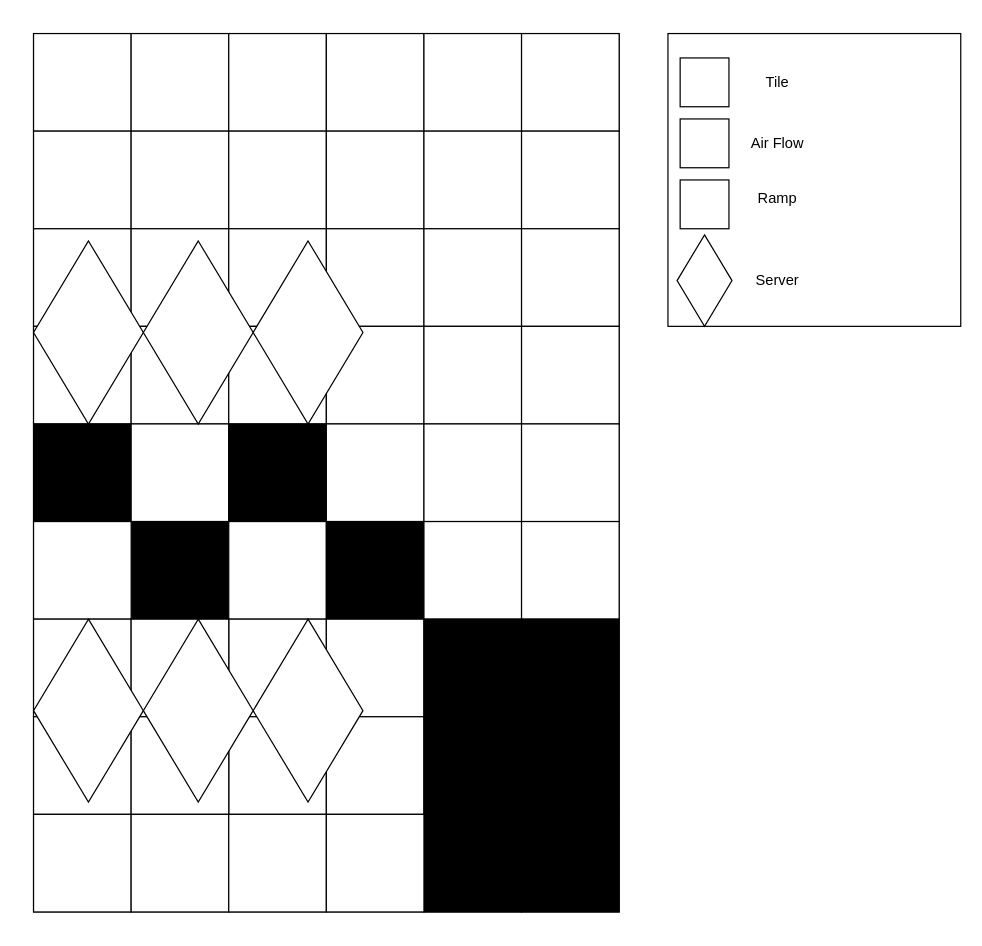
zrsolis/01datahall keeps this draw.io diagram as datahall.drawio. Above is the earlier version. Source tidied: cells renumbered, new cells numbered last; positions are measured from the earlier drawing's top-left corner, leaving out a move shared by most shapes. Both pictures are drawn from the tidied source at 122%, with x=0, y=0 at pixel (33, 33).
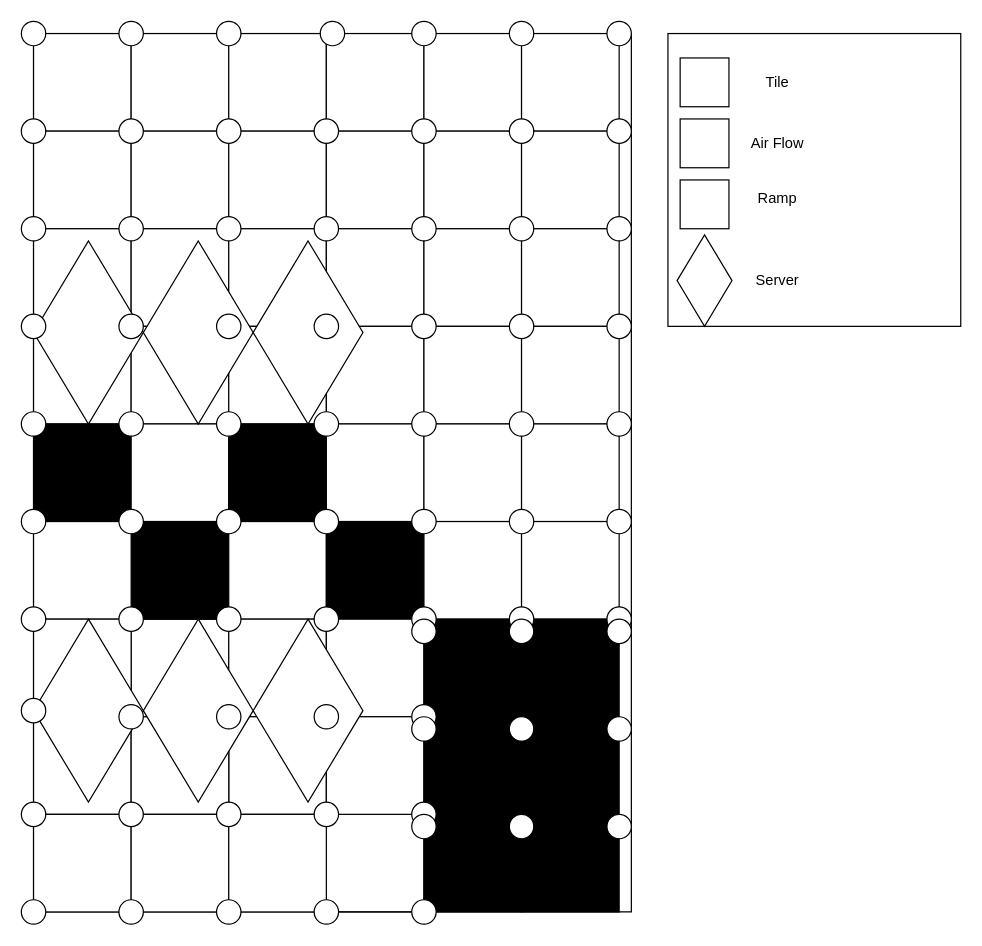
Above is the later version.

The edit, as a diff of the source:
```diff
@@
+    <mxCell id="60" style="whiteSpace=wrap;html=1;fillColor=light-dark(#FFFFFF,#808080);" parent="1" vertex="1">
+      <mxGeometry x="240" y="640" width="80" height="80" as="geometry" />
+    </mxCell>
+    <mxCell id="54" style="whiteSpace=wrap;html=1;fillColor=light-dark(#FFFFFF,#808080);" parent="1" vertex="1">
+      <mxGeometry x="80" y="480" width="80" height="80" as="geometry" />
+    </mxCell>
     <mxCell id="2" style="swimlane;startSize=0;" parent="1" vertex="1">
-      <mxGeometry width="480" height="720" as="geometry" />
+      <mxGeometry width="490" height="720" as="geometry" />
     </mxCell>
@@
+    <mxCell id="72" style="ellipse;whiteSpace=wrap;html=1;fillColor=light-dark(#FFFFFF,#FF0000);" parent="2" vertex="1">
+      <mxGeometry x="470" y="-10" width="20" height="20" as="geometry" />
+    </mxCell>
+    <mxCell id="73" style="ellipse;whiteSpace=wrap;html=1;fillColor=light-dark(#FFFFFF,#FF0000);" parent="2" vertex="1">
+      <mxGeometry x="470" y="70" width="20" height="20" as="geometry" />
+    </mxCell>
+    <mxCell id="74" style="ellipse;whiteSpace=wrap;html=1;fillColor=light-dark(#FFFFFF,#FF0000);" parent="2" vertex="1">
+      <mxGeometry x="390" y="-10" width="20" height="20" as="geometry" />
+    </mxCell>
+    <mxCell id="75" style="ellipse;whiteSpace=wrap;html=1;fillColor=light-dark(#FFFFFF,#FF0000);" parent="2" vertex="1">
+      <mxGeometry x="390" y="70" width="20" height="20" as="geometry" />
+    </mxCell>
+    <mxCell id="76" style="ellipse;whiteSpace=wrap;html=1;fillColor=light-dark(#FFFFFF,#FF0000);" parent="2" vertex="1">
+      <mxGeometry x="310" y="-10" width="20" height="20" as="geometry" />
+    </mxCell>
+    <mxCell id="77" style="ellipse;whiteSpace=wrap;html=1;fillColor=light-dark(#FFFFFF,#FF0000);" parent="2" vertex="1">
+      <mxGeometry x="310" y="70" width="20" height="20" as="geometry" />
+    </mxCell>
+    <mxCell id="78" style="ellipse;whiteSpace=wrap;html=1;fillColor=light-dark(#FFFFFF,#FF0000);" parent="2" vertex="1">
+      <mxGeometry x="235" y="-10" width="20" height="20" as="geometry" />
+    </mxCell>
+    <mxCell id="79" style="ellipse;whiteSpace=wrap;html=1;fillColor=light-dark(#FFFFFF,#FF0000);" parent="2" vertex="1">
+      <mxGeometry x="230" y="70" width="20" height="20" as="geometry" />
+    </mxCell>
+    <mxCell id="80" style="ellipse;whiteSpace=wrap;html=1;fillColor=light-dark(#FFFFFF,#FF0000);" parent="2" vertex="1">
+      <mxGeometry x="150" y="-10" width="20" height="20" as="geometry" />
+    </mxCell>
+    <mxCell id="81" style="ellipse;whiteSpace=wrap;html=1;fillColor=light-dark(#FFFFFF,#FF0000);" parent="2" vertex="1">
+      <mxGeometry x="150" y="70" width="20" height="20" as="geometry" />
+    </mxCell>
+    <mxCell id="82" style="ellipse;whiteSpace=wrap;html=1;fillColor=light-dark(#FFFFFF,#FF0000);" parent="2" vertex="1">
+      <mxGeometry x="70" y="-10" width="20" height="20" as="geometry" />
+    </mxCell>
+    <mxCell id="83" style="ellipse;whiteSpace=wrap;html=1;fillColor=light-dark(#FFFFFF,#FF0000);" parent="2" vertex="1">
+      <mxGeometry x="70" y="70" width="20" height="20" as="geometry" />
+    </mxCell>
+    <mxCell id="84" style="ellipse;whiteSpace=wrap;html=1;fillColor=light-dark(#FFFFFF,#FF0000);" parent="2" vertex="1">
+      <mxGeometry x="470" y="150" width="20" height="20" as="geometry" />
+    </mxCell>
+    <mxCell id="85" style="ellipse;whiteSpace=wrap;html=1;fillColor=light-dark(#FFFFFF,#FF0000);" parent="2" vertex="1">
+      <mxGeometry x="390" y="150" width="20" height="20" as="geometry" />
+    </mxCell>
+    <mxCell id="86" style="ellipse;whiteSpace=wrap;html=1;fillColor=light-dark(#FFFFFF,#FF0000);" parent="2" vertex="1">
+      <mxGeometry x="310" y="150" width="20" height="20" as="geometry" />
+    </mxCell>
+    <mxCell id="87" style="ellipse;whiteSpace=wrap;html=1;fillColor=light-dark(#FFFFFF,#FF0000);" parent="2" vertex="1">
+      <mxGeometry x="230" y="150" width="20" height="20" as="geometry" />
+    </mxCell>
+    <mxCell id="88" style="ellipse;whiteSpace=wrap;html=1;fillColor=light-dark(#FFFFFF,#FF0000);" parent="2" vertex="1">
+      <mxGeometry x="150" y="150" width="20" height="20" as="geometry" />
+    </mxCell>
+    <mxCell id="89" style="ellipse;whiteSpace=wrap;html=1;fillColor=light-dark(#FFFFFF,#FF0000);" parent="2" vertex="1">
+      <mxGeometry x="70" y="150" width="20" height="20" as="geometry" />
+    </mxCell>
+    <mxCell id="90" style="ellipse;whiteSpace=wrap;html=1;fillColor=light-dark(#FFFFFF,#FF0000);" parent="2" vertex="1">
+      <mxGeometry x="-10" y="150" width="20" height="20" as="geometry" />
+    </mxCell>
+    <mxCell id="91" style="ellipse;whiteSpace=wrap;html=1;fillColor=light-dark(#FFFFFF,#FF0000);" parent="2" vertex="1">
+      <mxGeometry x="470" y="230" width="20" height="20" as="geometry" />
+    </mxCell>
+    <mxCell id="92" style="ellipse;whiteSpace=wrap;html=1;fillColor=light-dark(#FFFFFF,#FF0000);" parent="2" vertex="1">
+      <mxGeometry x="390" y="230" width="20" height="20" as="geometry" />
+    </mxCell>
+    <mxCell id="93" style="ellipse;whiteSpace=wrap;html=1;fillColor=light-dark(#FFFFFF,#FF0000);" parent="2" vertex="1">
+      <mxGeometry x="310" y="230" width="20" height="20" as="geometry" />
+    </mxCell>
+    <mxCell id="94" style="ellipse;whiteSpace=wrap;html=1;fillColor=light-dark(#FFFFFF,#FF0000);" parent="2" vertex="1">
+      <mxGeometry x="230" y="230" width="20" height="20" as="geometry" />
+    </mxCell>
+    <mxCell id="95" style="ellipse;whiteSpace=wrap;html=1;fillColor=light-dark(#FFFFFF,#FF0000);" parent="2" vertex="1">
+      <mxGeometry x="150" y="230" width="20" height="20" as="geometry" />
+    </mxCell>
+    <mxCell id="96" style="ellipse;whiteSpace=wrap;html=1;fillColor=light-dark(#FFFFFF,#FF0000);" parent="2" vertex="1">
+      <mxGeometry x="70" y="230" width="20" height="20" as="geometry" />
+    </mxCell>
+    <mxCell id="97" style="ellipse;whiteSpace=wrap;html=1;fillColor=light-dark(#FFFFFF,#FF0000);" parent="2" vertex="1">
+      <mxGeometry x="70" y="310" width="20" height="20" as="geometry" />
+    </mxCell>
+    <mxCell id="98" style="ellipse;whiteSpace=wrap;html=1;fillColor=light-dark(#FFFFFF,#FF0000);" parent="2" vertex="1">
+      <mxGeometry x="150" y="310" width="20" height="20" as="geometry" />
+    </mxCell>
+    <mxCell id="99" style="ellipse;whiteSpace=wrap;html=1;fillColor=light-dark(#FFFFFF,#FF0000);" parent="2" vertex="1">
+      <mxGeometry x="230" y="310" width="20" height="20" as="geometry" />
+    </mxCell>
+    <mxCell id="100" style="ellipse;whiteSpace=wrap;html=1;fillColor=light-dark(#FFFFFF,#FF0000);" parent="2" vertex="1">
+      <mxGeometry x="310" y="310" width="20" height="20" as="geometry" />
+    </mxCell>
+    <mxCell id="101" style="ellipse;whiteSpace=wrap;html=1;fillColor=light-dark(#FFFFFF,#FF0000);" parent="2" vertex="1">
+      <mxGeometry x="390" y="310" width="20" height="20" as="geometry" />
+    </mxCell>
+    <mxCell id="102" style="ellipse;whiteSpace=wrap;html=1;fillColor=light-dark(#FFFFFF,#FF0000);" parent="2" vertex="1">
+      <mxGeometry x="470" y="310" width="20" height="20" as="geometry" />
+    </mxCell>
+    <mxCell id="103" style="ellipse;whiteSpace=wrap;html=1;fillColor=light-dark(#FFFFFF,#FF0000);" parent="2" vertex="1">
+      <mxGeometry x="470" y="390" width="20" height="20" as="geometry" />
+    </mxCell>
+    <mxCell id="104" style="ellipse;whiteSpace=wrap;html=1;fillColor=light-dark(#FFFFFF,#FF0000);" parent="2" vertex="1">
+      <mxGeometry x="390" y="390" width="20" height="20" as="geometry" />
+    </mxCell>
+    <mxCell id="105" style="ellipse;whiteSpace=wrap;html=1;fillColor=light-dark(#FFFFFF,#FF0000);" parent="2" vertex="1">
+      <mxGeometry x="310" y="390" width="20" height="20" as="geometry" />
+    </mxCell>
+    <mxCell id="106" style="ellipse;whiteSpace=wrap;html=1;fillColor=light-dark(#FFFFFF,#FF0000);" parent="2" vertex="1">
+      <mxGeometry x="230" y="390" width="20" height="20" as="geometry" />
+    </mxCell>
+    <mxCell id="107" style="ellipse;whiteSpace=wrap;html=1;fillColor=light-dark(#FFFFFF,#FF0000);" parent="2" vertex="1">
+      <mxGeometry x="150" y="390" width="20" height="20" as="geometry" />
+    </mxCell>
+    <mxCell id="108" style="ellipse;whiteSpace=wrap;html=1;fillColor=light-dark(#FFFFFF,#FF0000);" parent="2" vertex="1">
+      <mxGeometry x="230" y="470" width="20" height="20" as="geometry" />
+    </mxCell>
+    <mxCell id="109" style="ellipse;whiteSpace=wrap;html=1;fillColor=light-dark(#FFFFFF,#FF0000);" parent="2" vertex="1">
+      <mxGeometry x="310" y="470" width="20" height="20" as="geometry" />
+    </mxCell>
+    <mxCell id="110" style="ellipse;whiteSpace=wrap;html=1;fillColor=light-dark(#FFFFFF,#FF0000);" parent="2" vertex="1">
+      <mxGeometry x="150" y="470" width="20" height="20" as="geometry" />
+    </mxCell>
+    <mxCell id="111" style="ellipse;whiteSpace=wrap;html=1;fillColor=light-dark(#FFFFFF,#FF0000);" parent="2" vertex="1">
+      <mxGeometry x="390" y="470" width="20" height="20" as="geometry" />
+    </mxCell>
+    <mxCell id="112" style="ellipse;whiteSpace=wrap;html=1;fillColor=light-dark(#FFFFFF,#FF0000);" parent="2" vertex="1">
+      <mxGeometry x="470" y="470" width="20" height="20" as="geometry" />
+    </mxCell>
+    <mxCell id="113" style="ellipse;whiteSpace=wrap;html=1;fillColor=light-dark(#FFFFFF,#FF0000);" parent="2" vertex="1">
+      <mxGeometry x="310" y="550" width="20" height="20" as="geometry" />
+    </mxCell>
+    <mxCell id="114" style="ellipse;whiteSpace=wrap;html=1;fillColor=light-dark(#FFFFFF,#FF0000);" parent="2" vertex="1">
+      <mxGeometry x="310" y="630" width="20" height="20" as="geometry" />
+    </mxCell>
+    <mxCell id="115" style="ellipse;whiteSpace=wrap;html=1;fillColor=light-dark(#FFFFFF,#FF0000);" parent="2" vertex="1">
+      <mxGeometry x="230" y="550" width="20" height="20" as="geometry" />
+    </mxCell>
+    <mxCell id="116" style="ellipse;whiteSpace=wrap;html=1;fillColor=light-dark(#FFFFFF,#00FF00);" parent="2" vertex="1">
+      <mxGeometry x="310" y="480" width="20" height="20" as="geometry" />
+    </mxCell>
+    <mxCell id="117" style="ellipse;whiteSpace=wrap;html=1;fillColor=light-dark(#FFFFFF,#00FF00);" parent="2" vertex="1">
+      <mxGeometry x="390" y="480" width="20" height="20" as="geometry" />
+    </mxCell>
+    <mxCell id="118" style="ellipse;whiteSpace=wrap;html=1;fillColor=light-dark(#FFFFFF,#00FF00);" parent="2" vertex="1">
+      <mxGeometry x="470" y="480" width="20" height="20" as="geometry" />
+    </mxCell>
+    <mxCell id="119" style="ellipse;whiteSpace=wrap;html=1;fillColor=light-dark(#FFFFFF,#00FF00);" parent="2" vertex="1">
+      <mxGeometry x="310" y="560" width="20" height="20" as="geometry" />
+    </mxCell>
+    <mxCell id="120" style="ellipse;whiteSpace=wrap;html=1;fillColor=light-dark(#FFFFFF,#00FF00);" parent="2" vertex="1">
+      <mxGeometry x="390" y="560" width="20" height="20" as="geometry" />
+    </mxCell>
+    <mxCell id="121" style="ellipse;whiteSpace=wrap;html=1;fillColor=light-dark(#FFFFFF,#00FF00);" parent="2" vertex="1">
+      <mxGeometry x="470" y="560" width="20" height="20" as="geometry" />
+    </mxCell>
+    <mxCell id="122" style="ellipse;whiteSpace=wrap;html=1;fillColor=light-dark(#FFFFFF,#00FF00);" parent="2" vertex="1">
+      <mxGeometry x="310" y="640" width="20" height="20" as="geometry" />
+    </mxCell>
+    <mxCell id="123" style="ellipse;whiteSpace=wrap;html=1;fillColor=light-dark(#FFFFFF,#00FF00);" parent="2" vertex="1">
+      <mxGeometry x="390" y="640" width="20" height="20" as="geometry" />
+    </mxCell>
+    <mxCell id="124" style="ellipse;whiteSpace=wrap;html=1;fillColor=light-dark(#FFFFFF,#00FF00);" parent="2" vertex="1">
+      <mxGeometry x="470" y="640" width="20" height="20" as="geometry" />
+    </mxCell>
@@
-    <mxCell id="54" style="whiteSpace=wrap;html=1;fillColor=light-dark(#FFFFFF,#808080);" parent="1" vertex="1">
-      <mxGeometry x="80" y="480" width="80" height="80" as="geometry" />
-    </mxCell>
@@
-    <mxCell id="60" style="whiteSpace=wrap;html=1;fillColor=light-dark(#FFFFFF,#808080);" parent="1" vertex="1">
-      <mxGeometry x="240" y="640" width="80" height="80" as="geometry" />
-    </mxCell>
@@
+    <mxCell id="125" style="ellipse;whiteSpace=wrap;html=1;fillColor=light-dark(#FFFFFF,#FF0000);" parent="1" vertex="1">
+      <mxGeometry x="-10" y="-10" width="20" height="20" as="geometry" />
+    </mxCell>
+    <mxCell id="126" style="ellipse;whiteSpace=wrap;html=1;fillColor=light-dark(#FFFFFF,#FF0000);" parent="1" vertex="1">
+      <mxGeometry x="-10" y="70" width="20" height="20" as="geometry" />
+    </mxCell>
+    <mxCell id="127" style="ellipse;whiteSpace=wrap;html=1;fillColor=light-dark(#FFFFFF,#FF0000);" parent="1" vertex="1">
+      <mxGeometry x="-10" y="230" width="20" height="20" as="geometry" />
+    </mxCell>
+    <mxCell id="128" style="ellipse;whiteSpace=wrap;html=1;fillColor=light-dark(#FFFFFF,#FF0000);" parent="1" vertex="1">
+      <mxGeometry x="-10" y="310" width="20" height="20" as="geometry" />
+    </mxCell>
+    <mxCell id="129" style="ellipse;whiteSpace=wrap;html=1;fillColor=light-dark(#FFFFFF,#FF0000);" parent="1" vertex="1">
+      <mxGeometry x="70" y="390" width="20" height="20" as="geometry" />
+    </mxCell>
+    <mxCell id="130" style="ellipse;whiteSpace=wrap;html=1;fillColor=light-dark(#FFFFFF,#FF0000);" parent="1" vertex="1">
+      <mxGeometry x="-10" y="390" width="20" height="20" as="geometry" />
+    </mxCell>
+    <mxCell id="131" style="ellipse;whiteSpace=wrap;html=1;fillColor=light-dark(#FFFFFF,#FF0000);" parent="1" vertex="1">
+      <mxGeometry x="-10" y="470" width="20" height="20" as="geometry" />
+    </mxCell>
+    <mxCell id="132" style="ellipse;whiteSpace=wrap;html=1;fillColor=light-dark(#FFFFFF,#FF0000);" parent="1" vertex="1">
+      <mxGeometry x="70" y="470" width="20" height="20" as="geometry" />
+    </mxCell>
+    <mxCell id="133" style="ellipse;whiteSpace=wrap;html=1;fillColor=light-dark(#FFFFFF,#FF0000);" parent="1" vertex="1">
+      <mxGeometry x="230" y="630" width="20" height="20" as="geometry" />
+    </mxCell>
+    <mxCell id="134" style="ellipse;whiteSpace=wrap;html=1;fillColor=light-dark(#FFFFFF,#FF0000);" parent="1" vertex="1">
+      <mxGeometry x="150" y="630" width="20" height="20" as="geometry" />
+    </mxCell>
+    <mxCell id="135" style="ellipse;whiteSpace=wrap;html=1;fillColor=light-dark(#FFFFFF,#FF0000);" parent="1" vertex="1">
+      <mxGeometry x="70" y="630" width="20" height="20" as="geometry" />
+    </mxCell>
+    <mxCell id="136" style="ellipse;whiteSpace=wrap;html=1;fillColor=light-dark(#FFFFFF,#FF0000);" parent="1" vertex="1">
+      <mxGeometry x="-10" y="545" width="20" height="20" as="geometry" />
+    </mxCell>
+    <mxCell id="137" style="ellipse;whiteSpace=wrap;html=1;fillColor=light-dark(#FFFFFF,#FF0000);" parent="1" vertex="1">
+      <mxGeometry x="-10" y="630" width="20" height="20" as="geometry" />
+    </mxCell>
+    <mxCell id="138" style="ellipse;whiteSpace=wrap;html=1;fillColor=light-dark(#FFFFFF,#FF0000);" parent="1" vertex="1">
+      <mxGeometry x="-10" y="710" width="20" height="20" as="geometry" />
+    </mxCell>
+    <mxCell id="139" style="ellipse;whiteSpace=wrap;html=1;fillColor=light-dark(#FFFFFF,#FF0000);" parent="1" vertex="1">
+      <mxGeometry x="70" y="710" width="20" height="20" as="geometry" />
+    </mxCell>
+    <mxCell id="140" style="ellipse;whiteSpace=wrap;html=1;fillColor=light-dark(#FFFFFF,#FF0000);" parent="1" vertex="1">
+      <mxGeometry x="150" y="710" width="20" height="20" as="geometry" />
+    </mxCell>
+    <mxCell id="141" style="ellipse;whiteSpace=wrap;html=1;fillColor=light-dark(#FFFFFF,#FF0000);" parent="1" vertex="1">
+      <mxGeometry x="230" y="710" width="20" height="20" as="geometry" />
+    </mxCell>
+    <mxCell id="142" style="ellipse;whiteSpace=wrap;html=1;fillColor=light-dark(#FFFFFF,#FF0000);" parent="1" vertex="1">
+      <mxGeometry x="310" y="710" width="20" height="20" as="geometry" />
+    </mxCell>
+    <mxCell id="143" style="ellipse;whiteSpace=wrap;html=1;fillColor=light-dark(#FFFFFF,#FF0000);" parent="1" vertex="1">
+      <mxGeometry x="150" y="550" width="20" height="20" as="geometry" />
+    </mxCell>
+    <mxCell id="144" style="ellipse;whiteSpace=wrap;html=1;fillColor=light-dark(#FFFFFF,#FF0000);" parent="1" vertex="1">
+      <mxGeometry x="70" y="550" width="20" height="20" as="geometry" />
+    </mxCell>
```
